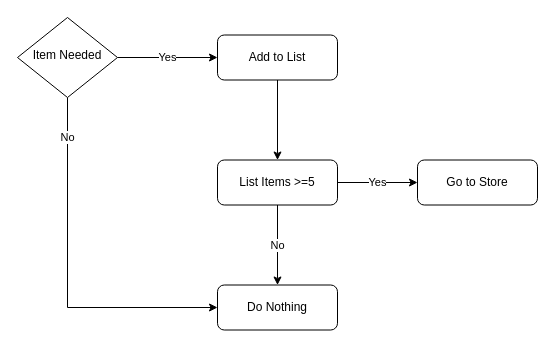
This is page "Food" (3 of 5) of Comp Prog 12/Socks.drawio from Jchisholm204/JChisholm, a draw.io file, before an edit. Source tidied: cells renumbered, new cells numbered last; positions are measured from the earlier drawing's top-left corner, leaving out a move shared by most shapes. Both pictures are drawn from the tidied source at 100%, with x=0, y=0 at pixel (17, 17).
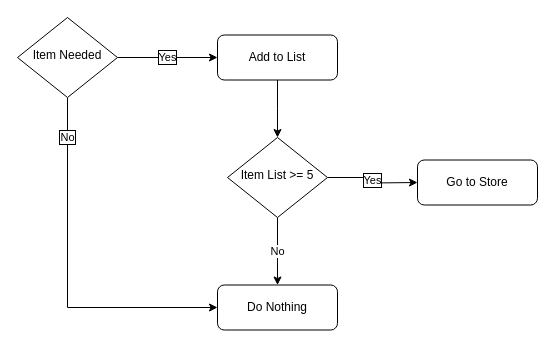
The same page after the edit.

The edit, as a diff of the source:
```diff
@@
 <mxGraphModel>
   <root>
     <mxCell id="0" />
     <mxCell id="1" parent="0" />
-    <mxCell id="2" value="Yes" style="edgeStyle=orthogonalEdgeStyle;rounded=0;jettySize=auto;html=1;exitX=1;exitY=0.5;exitDx=0;exitDy=0;entryX=0;entryY=0.5;entryDx=0;entryDy=0;" parent="1" edge="1" source="4" target="6">
+    <mxCell id="2" value="Yes" style="edgeStyle=orthogonalEdgeStyle;rounded=0;jettySize=auto;html=1;exitX=1;exitY=0.5;exitDx=0;exitDy=0;entryX=0;entryY=0.5;entryDx=0;entryDy=0;labelBorderColor=#000000;" parent="1" edge="1" source="4" target="6">
       <mxGeometry relative="1" as="geometry" />
     </mxCell>
-    <mxCell id="3" value="No" style="edgeStyle=orthogonalEdgeStyle;rounded=0;jettySize=auto;html=1;exitX=0.5;exitY=1;exitDx=0;exitDy=0;entryX=0;entryY=0.5;entryDx=0;entryDy=0;" parent="1" edge="1" source="4" target="10">
+    <mxCell id="3" value="No" style="edgeStyle=orthogonalEdgeStyle;rounded=0;jettySize=auto;html=1;exitX=0.5;exitY=1;exitDx=0;exitDy=0;entryX=0;entryY=0.5;entryDx=0;entryDy=0;labelBorderColor=#000000;" parent="1" edge="1" source="4" target="10">
       <mxGeometry x="-0.78" relative="1" as="geometry" />
     </mxCell>
     <mxCell id="4" value="Item Needed" style="rhombus;whiteSpace=wrap;html=1;shadow=0;fontFamily=Helvetica;fontSize=12;align=center;strokeWidth=1;spacing=6;spacingTop=-4;" parent="1" vertex="1">
       <mxGeometry width="100" height="80" as="geometry" />
     </mxCell>
-    <mxCell id="5" style="edgeStyle=orthogonalEdgeStyle;rounded=0;jettySize=auto;html=1;" parent="1" edge="1" source="6" target="9">
-      <mxGeometry relative="1" as="geometry" />
+    <mxCell id="5" style="edgeStyle=orthogonalEdgeStyle;rounded=0;jettySize=auto;html=1;" parent="1" edge="1" source="6">
+      <mxGeometry relative="1" as="geometry">
+        <mxPoint x="260" y="120" as="targetPoint" />
+      </mxGeometry>
     </mxCell>
     <mxCell id="6" value="Add to List" style="whiteSpace=wrap;html=1;rounded=1;shadow=0;strokeWidth=1;glass=0;" parent="1" vertex="1">
       <mxGeometry x="200" y="17.5" width="120" height="45" as="geometry" />
     </mxCell>
-    <mxCell id="7" value="Yes" style="edgeStyle=orthogonalEdgeStyle;rounded=0;jettySize=auto;html=1;" parent="1" edge="1" source="9">
+    <mxCell id="7" value="Yes" style="edgeStyle=orthogonalEdgeStyle;rounded=0;jettySize=auto;html=1;exitX=1;exitY=0.5;exitDx=0;exitDy=0;labelBorderColor=#000000;" parent="1" edge="1" source="12">
       <mxGeometry relative="1" as="geometry">
         <mxPoint x="400" y="165" as="targetPoint" />
       </mxGeometry>
     </mxCell>
-    <mxCell id="8" value="No" style="edgeStyle=orthogonalEdgeStyle;rounded=0;jettySize=auto;html=1;" parent="1" edge="1" source="9" target="10">
-      <mxGeometry relative="1" as="geometry">
-        <Array as="points">
-          <mxPoint x="260" y="280" />
-        </Array>
-      </mxGeometry>
+    <mxCell id="8" value="No" style="edgeStyle=orthogonalEdgeStyle;rounded=0;jettySize=auto;html=1;exitX=0.5;exitY=1;exitDx=0;exitDy=0;" parent="1" edge="1" source="12" target="10">
+      <mxGeometry relative="1" as="geometry" />
     </mxCell>
-    <mxCell id="9" value="List Items &amp;gt;=5" style="whiteSpace=wrap;html=1;rounded=1;shadow=0;strokeWidth=1;glass=0;" parent="1" vertex="1">
-      <mxGeometry x="200" y="142.5" width="120" height="45" as="geometry" />
-    </mxCell>
     <mxCell id="10" value="Do Nothing" style="whiteSpace=wrap;html=1;rounded=1;shadow=0;strokeWidth=1;glass=0;" parent="1" vertex="1">
       <mxGeometry x="200" y="267.5" width="120" height="45" as="geometry" />
     </mxCell>
     <mxCell id="11" value="Go to Store" style="whiteSpace=wrap;html=1;rounded=1;shadow=0;strokeWidth=1;glass=0;" parent="1" vertex="1">
       <mxGeometry x="400" y="142.5" width="120" height="45" as="geometry" />
     </mxCell>
+    <mxCell id="12" value="Item List &amp;gt;= 5" style="rhombus;whiteSpace=wrap;html=1;shadow=0;fontFamily=Helvetica;fontSize=12;align=center;strokeWidth=1;spacing=6;spacingTop=-4;" parent="1" vertex="1">
+      <mxGeometry x="210" y="120" width="100" height="80" as="geometry" />
+    </mxCell>
   </root>
 </mxGraphModel>
```
